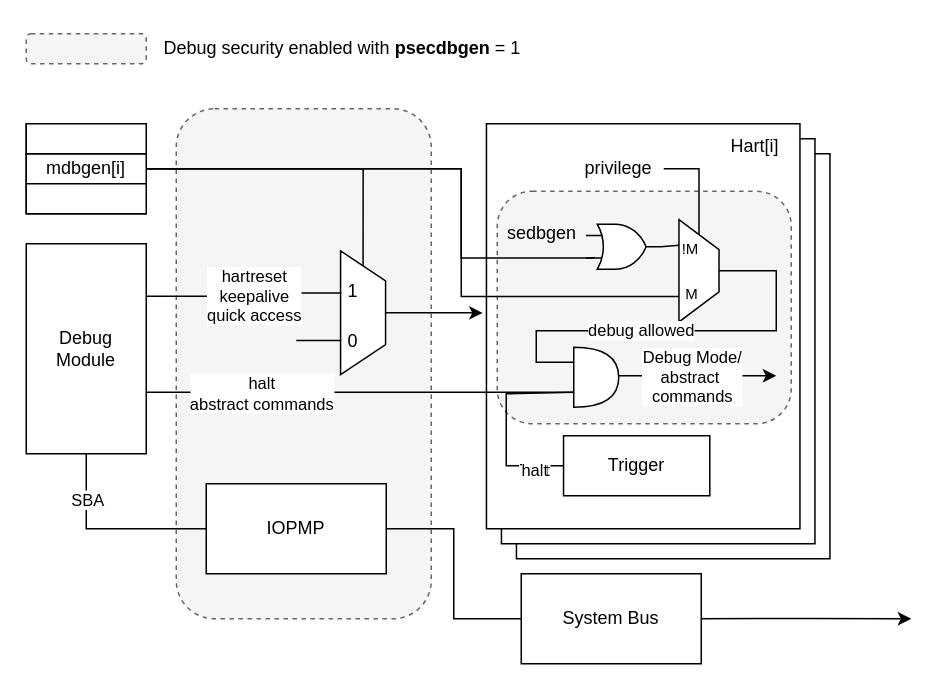
Above: page "debug" (1 of 3) of images/external_debug_protection.drawio in riscv-non-isa/riscv-external-debug-security (draw.io), before the change. Source tidied: cells renumbered, new cells numbered last; positions are measured from the earlier drawing's top-left corner, leaving out a move shared by most shapes. Both pictures are drawn from the tidied source at 150%, with x=0, y=0 at pixel (26, 26).
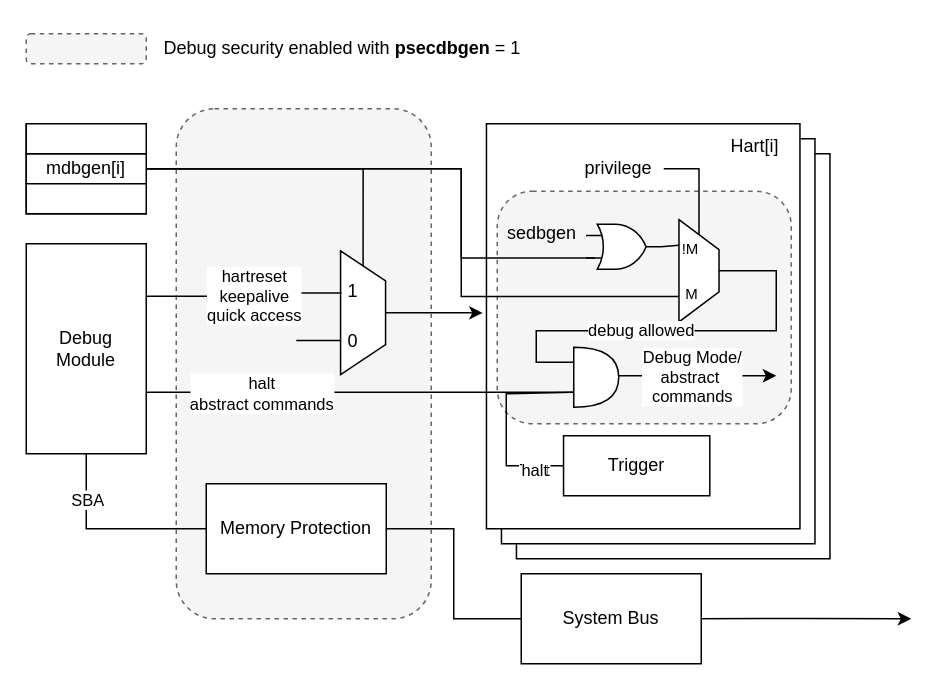
After the change.

Diff of the diagram source:
```diff
@@
-    <mxCell id="11" value="IOPMP" style="rounded=0;whiteSpace=wrap;html=1;" parent="1" vertex="1">
+    <mxCell id="11" value="Memory Protection" style="rounded=0;whiteSpace=wrap;html=1;" parent="1" vertex="1">
       <mxGeometry x="120" y="305" width="120" height="60" as="geometry" />
     </mxCell>
```
